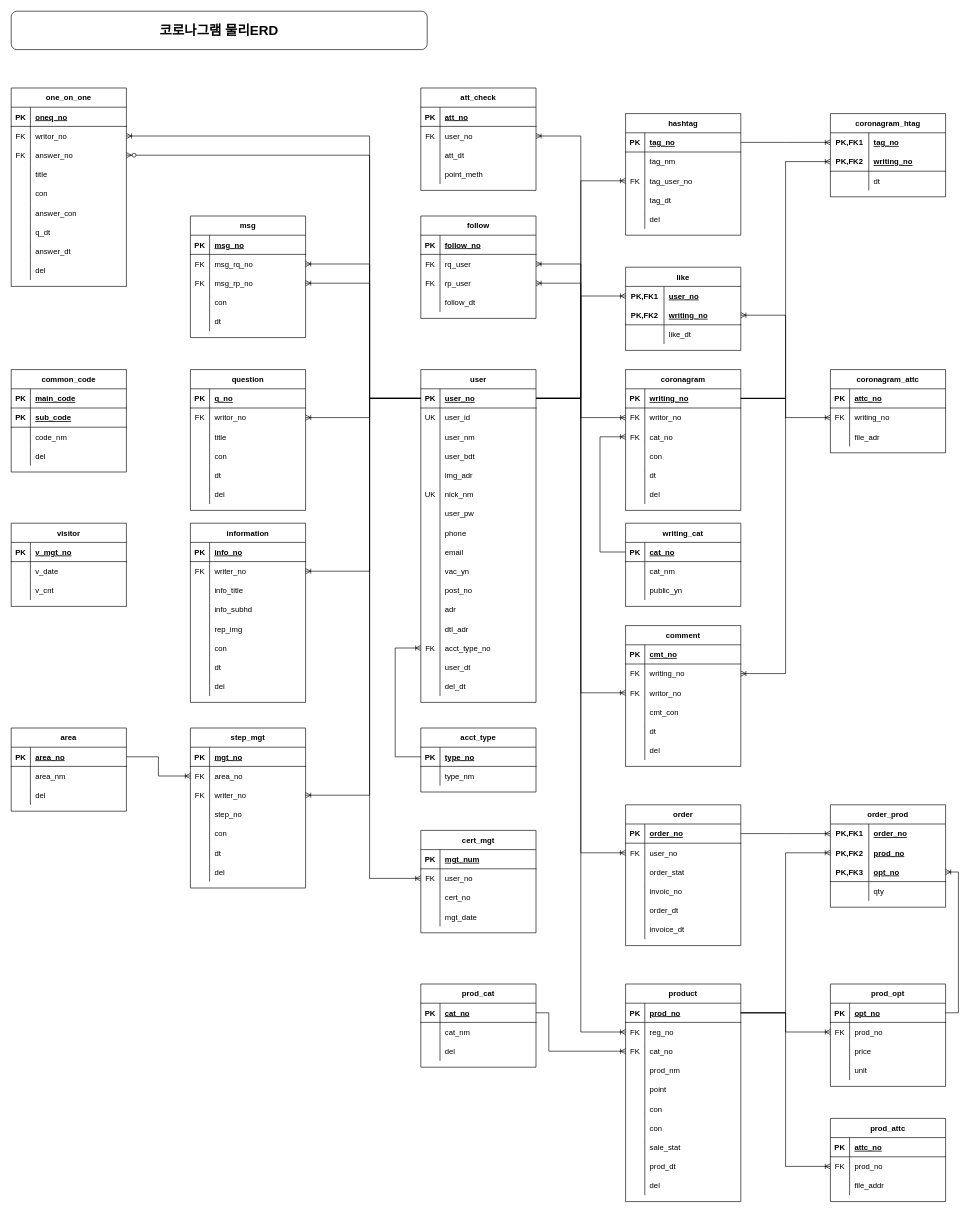
Above: page "물리ERD" (2 of 2) of 논리ERD.drawio in fullishment/base (draw.io), before the change. Source tidied: cells renumbered, new cells numbered last; positions are measured from the earlier drawing's top-left corner, leaving out a move shared by most shapes. Both pictures are drawn from the tidied source at 64%, with x=0, y=0 at pixel (11, 11).
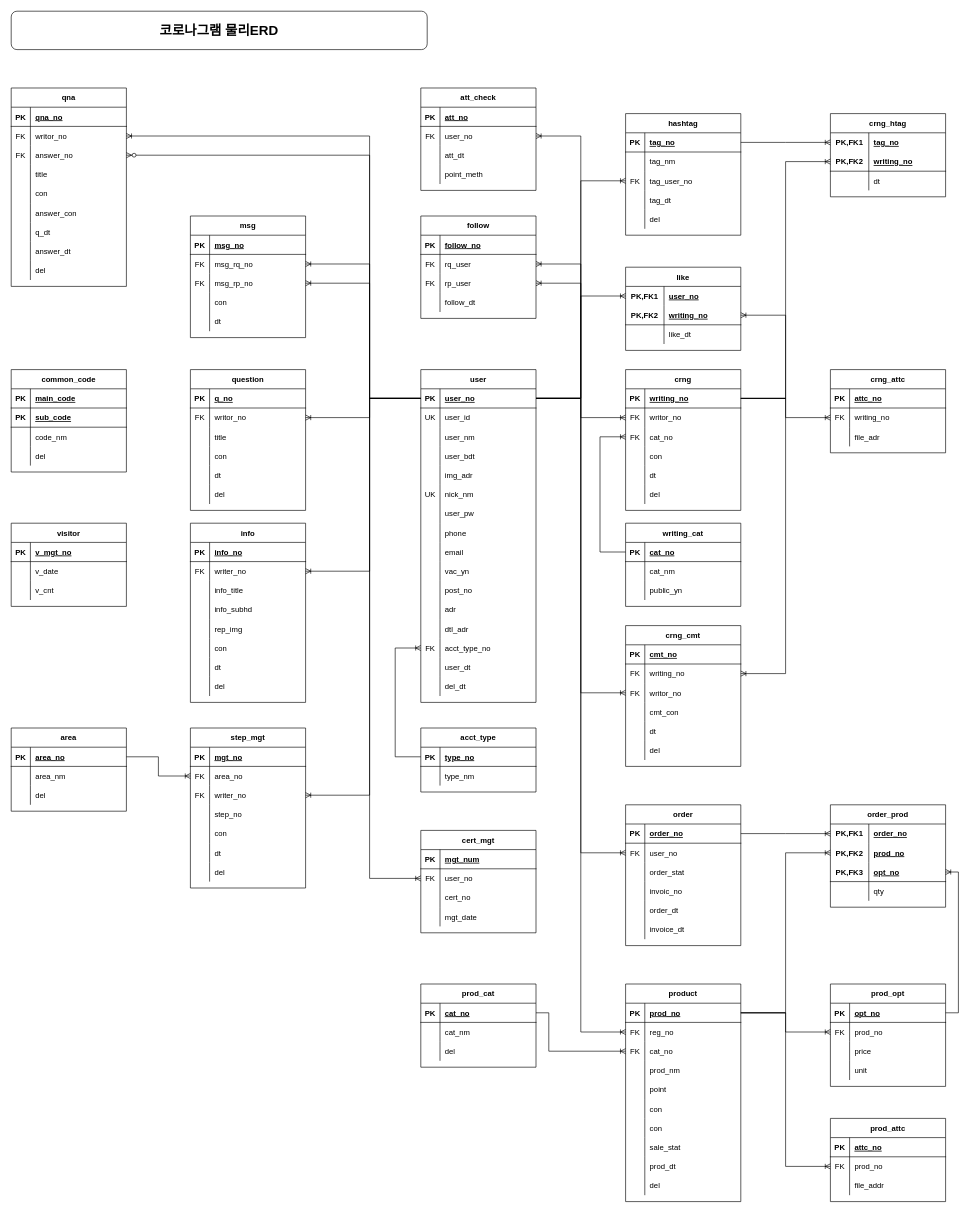
The same diagram, later.

The change refers to these unchanged cells:
```xml
<mxCell id="237" style="shape=partialRectangle;fillColor=none;top=0;left=0;bottom=1;right=0;" parent="236" vertex="1">
  <mxGeometry y="30" width="180" height="30" as="geometry" />
</mxCell>
```

The edit, as a diff of the source:
```diff
@@
-    <mxCell id="64" value="coronagram" style="shape=table;startSize=30;childLayout=tableLayout;rowLines=0;fontStyle=1;align=center;" parent="1" vertex="1">
+    <mxCell id="64" value="crng" style="shape=table;startSize=30;childLayout=tableLayout;rowLines=0;fontStyle=1;align=center;" parent="1" vertex="1">
       <mxGeometry x="960" y="560" width="180" height="220" as="geometry" />
     </mxCell>
@@
-    <mxCell id="100" value="coronagram_attc" style="shape=table;startSize=30;childLayout=tableLayout;rowLines=0;fontStyle=1;align=center;" parent="1" vertex="1">
+    <mxCell id="100" value="crng_attc" style="shape=table;startSize=30;childLayout=tableLayout;rowLines=0;fontStyle=1;align=center;" parent="1" vertex="1">
       <mxGeometry x="1280" y="560" width="180" height="130" as="geometry" />
     </mxCell>
@@
-    <mxCell id="126" value="coronagram_htag" style="shape=table;startSize=30;childLayout=tableLayout;rowLines=0;fontStyle=1;align=center;" parent="1" vertex="1">
+    <mxCell id="126" value="crng_htag" style="shape=table;startSize=30;childLayout=tableLayout;rowLines=0;fontStyle=1;align=center;" parent="1" vertex="1">
       <mxGeometry x="1280" y="160" width="180" height="130" as="geometry" />
     </mxCell>
@@
-    <mxCell id="159" value="comment" style="shape=table;startSize=30;childLayout=tableLayout;rowLines=0;fontStyle=1;align=center;" parent="1" vertex="1">
+    <mxCell id="159" value="crng_cmt" style="shape=table;startSize=30;childLayout=tableLayout;rowLines=0;fontStyle=1;align=center;" parent="1" vertex="1">
       <mxGeometry x="960" y="960" width="180" height="220" as="geometry" />
     </mxCell>
@@
-    <mxCell id="236" value="one_on_one" style="shape=table;startSize=30;childLayout=tableLayout;rowLines=0;fontStyle=1;align=center;" parent="1" vertex="1">
+    <mxCell id="236" value="qna" style="shape=table;startSize=30;childLayout=tableLayout;rowLines=0;fontStyle=1;align=center;" parent="1" vertex="1">
       <mxGeometry y="120" width="180" height="310" as="geometry" />
     </mxCell>
@@
-    <mxCell id="239" value="oneq_no" style="shape=partialRectangle;fillColor=none;top=0;left=0;bottom=0;right=0;align=left;spacingLeft=6;fontStyle=5;overflow=hidden;" parent="237" vertex="1">
+    <mxCell id="239" value="qna_no" style="shape=partialRectangle;fillColor=none;top=0;left=0;bottom=0;right=0;align=left;spacingLeft=6;fontStyle=5;overflow=hidden;" parent="237" vertex="1">
       <mxGeometry x="30" width="150" height="30" as="geometry" />
     </mxCell>
@@
-    <mxCell id="264" value="information" style="shape=table;startSize=30;childLayout=tableLayout;rowLines=0;fontStyle=1;align=center;" parent="1" vertex="1">
+    <mxCell id="264" value="info" style="shape=table;startSize=30;childLayout=tableLayout;rowLines=0;fontStyle=1;align=center;" parent="1" vertex="1">
       <mxGeometry x="280" y="800" width="180" height="280" as="geometry" />
     </mxCell>
```
